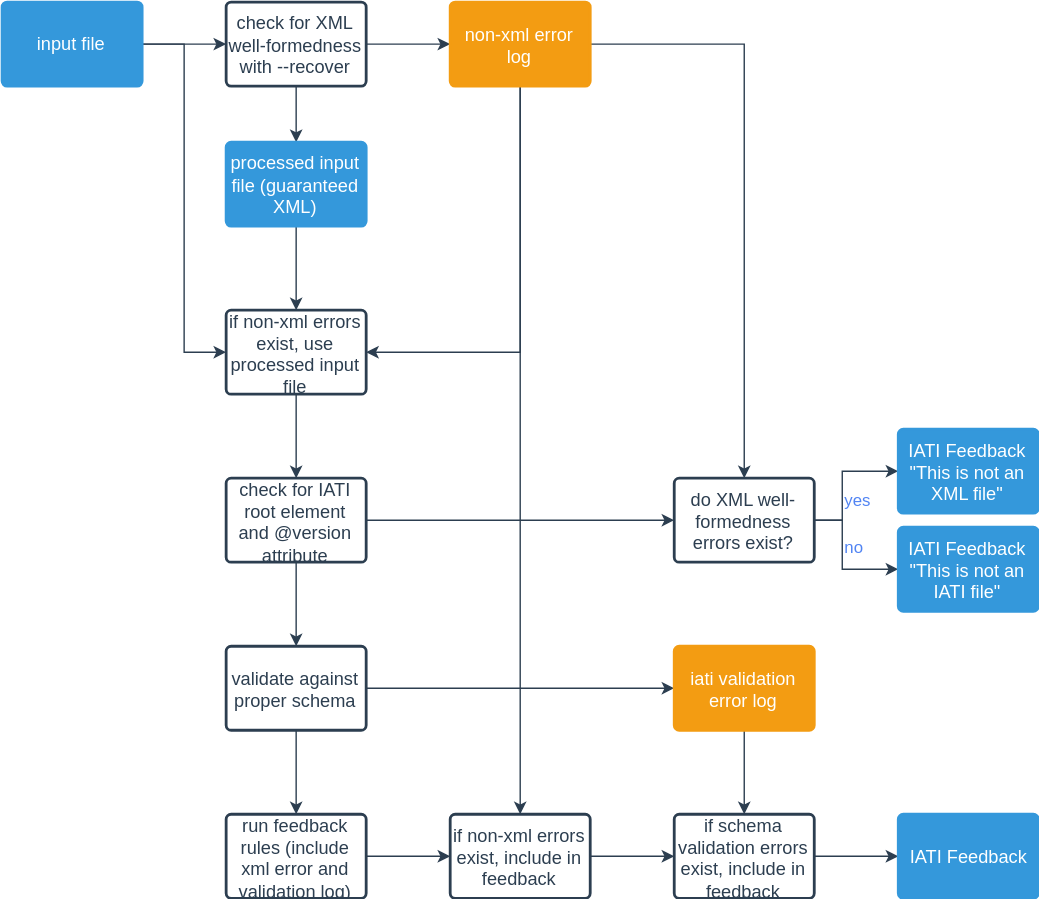
The draw.io diagram docs/xml-check-flow.svg in data4development/IATI-data-validator, before a commit. Source tidied: cells renumbered, new cells last; positions are measured from the earlier drawing's top-left corner, leaving out a move shared by most shapes. Source of this version:
```xml
<mxGraphModel background="#ffffff">
  <root>
    <mxCell id="0" />
    <mxCell id="1" parent="0" />
    <mxCell id="2" style="edgeStyle=orthogonalEdgeStyle;rounded=0;html=1;labelBackgroundColor=none;startArrow=none;startFill=0;jettySize=auto;strokeColor=#2C3E50;strokeWidth=1;fontFamily=Helvetica;fontSize=12;fontColor=#FFFFFF;align=left;entryX=0.5;entryY=0;entryPerimeter=0;" parent="1" edge="1" source="4" target="32">
      <mxGeometry relative="1" as="geometry" />
    </mxCell>
    <mxCell id="3" style="edgeStyle=orthogonalEdgeStyle;rounded=0;html=1;labelBackgroundColor=none;startArrow=none;startFill=0;jettySize=auto;strokeColor=#2C3E50;strokeWidth=1;fontFamily=Helvetica;fontSize=12;fontColor=#FFFFFF;align=left;" parent="1" edge="1" source="4" target="22">
      <mxGeometry relative="1" as="geometry" />
    </mxCell>
    <mxCell id="4" value="check for XML well-formedness with --recover&lt;br&gt;" style="strokeWidth=2;html=1;shape=mxgraph.flowchart.process;whiteSpace=wrap;labelBackgroundColor=none;fillColor=#FFFFFF;fontFamily=Helvetica;fontSize=13;fontColor=#2C3E50;align=center;strokeColor=#2C3E50;spacingTop=8;spacingBottom=8;" parent="1" vertex="1">
      <mxGeometry x="160" width="100" height="60" as="geometry" />
    </mxCell>
    <mxCell id="5" style="edgeStyle=orthogonalEdgeStyle;rounded=0;html=1;labelBackgroundColor=none;startArrow=none;startFill=0;jettySize=auto;strokeColor=#2C3E50;strokeWidth=1;fontFamily=Helvetica;fontSize=12;fontColor=#FFFFFF;align=left;" parent="1" edge="1" source="7" target="12">
      <mxGeometry relative="1" as="geometry" />
    </mxCell>
    <mxCell id="6" style="edgeStyle=orthogonalEdgeStyle;rounded=0;html=1;labelBackgroundColor=none;startArrow=none;startFill=0;jettySize=auto;strokeColor=#2C3E50;strokeWidth=1;fontFamily=Helvetica;fontSize=12;fontColor=#FFFFFF;align=left;" parent="1" edge="1" source="7" target="9">
      <mxGeometry relative="1" as="geometry" />
    </mxCell>
    <mxCell id="7" value="check for IATI root element and @version attribute&lt;br&gt;" style="strokeWidth=2;html=1;shape=mxgraph.flowchart.process;whiteSpace=wrap;labelBackgroundColor=none;fillColor=#FFFFFF;fontFamily=Helvetica;fontSize=13;fontColor=#2C3E50;align=center;strokeColor=#2C3E50;spacingTop=8;spacingBottom=8;" parent="1" vertex="1">
      <mxGeometry x="160" y="340" width="100" height="60" as="geometry" />
    </mxCell>
    <mxCell id="8" value="no" style="edgeStyle=orthogonalEdgeStyle;rounded=0;html=1;entryX=0;entryY=0.5;entryPerimeter=0;labelBackgroundColor=none;startArrow=none;startFill=0;jettySize=auto;strokeColor=#2C3E50;strokeWidth=1;fontFamily=Helvetica;fontSize=12;fontColor=#5184F3;align=left;labelPosition=right;verticalLabelPosition=top;verticalAlign=bottom;" parent="1" edge="1" source="9" target="33">
      <mxGeometry relative="1" as="geometry">
        <Array as="points">
          <mxPoint x="600" y="370" />
          <mxPoint x="600" y="405" />
        </Array>
      </mxGeometry>
    </mxCell>
    <mxCell id="9" value="do XML well-formedness errors exist?&lt;br&gt;" style="strokeWidth=2;html=1;shape=mxgraph.flowchart.process;whiteSpace=wrap;labelBackgroundColor=none;fillColor=#FFFFFF;fontFamily=Helvetica;fontSize=13;fontColor=#2C3E50;align=center;strokeColor=#2C3E50;spacingTop=8;spacingBottom=8;" parent="1" vertex="1">
      <mxGeometry x="480" y="340" width="100" height="60" as="geometry" />
    </mxCell>
    <mxCell id="10" style="edgeStyle=orthogonalEdgeStyle;rounded=0;html=1;labelBackgroundColor=none;startArrow=none;startFill=0;jettySize=auto;strokeColor=#2C3E50;strokeWidth=1;fontFamily=Helvetica;fontSize=12;fontColor=#FFFFFF;align=left;" parent="1" edge="1" source="12" target="25">
      <mxGeometry relative="1" as="geometry" />
    </mxCell>
    <mxCell id="11" style="edgeStyle=orthogonalEdgeStyle;rounded=0;html=1;labelBackgroundColor=none;startArrow=none;startFill=0;jettySize=auto;strokeColor=#2C3E50;strokeWidth=1;fontFamily=Helvetica;fontSize=12;fontColor=#FFFFFF;align=left;" parent="1" edge="1" source="12" target="14">
      <mxGeometry relative="1" as="geometry" />
    </mxCell>
    <mxCell id="12" value="validate against proper schema&lt;br&gt;" style="strokeWidth=2;html=1;shape=mxgraph.flowchart.process;whiteSpace=wrap;labelBackgroundColor=none;fillColor=#FFFFFF;fontFamily=Helvetica;fontSize=13;fontColor=#2C3E50;align=center;strokeColor=#2C3E50;spacingTop=8;spacingBottom=8;" parent="1" vertex="1">
      <mxGeometry x="160" y="460" width="100" height="60" as="geometry" />
    </mxCell>
    <mxCell id="13" style="edgeStyle=orthogonalEdgeStyle;rounded=0;html=1;labelBackgroundColor=none;startArrow=none;startFill=0;jettySize=auto;strokeColor=#2C3E50;strokeWidth=1;fontFamily=Helvetica;fontSize=12;fontColor=#5184F3;align=left;" parent="1" edge="1" source="14" target="16">
      <mxGeometry relative="1" as="geometry" />
    </mxCell>
    <mxCell id="14" value="run feedback rules&amp;nbsp;(include xml error and validation log)&lt;br&gt;" style="strokeWidth=2;html=1;shape=mxgraph.flowchart.process;whiteSpace=wrap;labelBackgroundColor=none;fillColor=#FFFFFF;fontFamily=Helvetica;fontSize=13;fontColor=#2C3E50;align=center;strokeColor=#2C3E50;spacingTop=8;spacingBottom=8;" parent="1" vertex="1">
      <mxGeometry x="160" y="580" width="100" height="60" as="geometry" />
    </mxCell>
    <mxCell id="15" style="edgeStyle=orthogonalEdgeStyle;rounded=0;html=1;labelBackgroundColor=none;startArrow=none;startFill=0;jettySize=auto;strokeColor=#2C3E50;strokeWidth=1;fontFamily=Helvetica;fontSize=12;fontColor=#5184F3;align=left;" parent="1" edge="1" source="16" target="18">
      <mxGeometry relative="1" as="geometry" />
    </mxCell>
    <mxCell id="16" value="if non-xml errors exist, include in feedback&lt;br&gt;" style="strokeWidth=2;html=1;shape=mxgraph.flowchart.process;whiteSpace=wrap;labelBackgroundColor=none;fillColor=#FFFFFF;fontFamily=Helvetica;fontSize=13;fontColor=#2C3E50;align=center;strokeColor=#2C3E50;spacingTop=8;spacingBottom=8;" parent="1" vertex="1">
      <mxGeometry x="320" y="580" width="100" height="60" as="geometry" />
    </mxCell>
    <mxCell id="17" style="edgeStyle=orthogonalEdgeStyle;rounded=0;html=1;entryX=0;entryY=0.5;entryPerimeter=0;labelBackgroundColor=none;startArrow=none;startFill=0;jettySize=auto;strokeColor=#2C3E50;strokeWidth=1;fontFamily=Helvetica;fontSize=12;fontColor=#5184F3;align=left;" parent="1" edge="1" source="18" target="27">
      <mxGeometry relative="1" as="geometry" />
    </mxCell>
    <mxCell id="18" value="if schema validation errors exist, include in feedback&lt;br&gt;" style="strokeWidth=2;html=1;shape=mxgraph.flowchart.process;whiteSpace=wrap;labelBackgroundColor=none;fillColor=#FFFFFF;fontFamily=Helvetica;fontSize=13;fontColor=#2C3E50;align=center;strokeColor=#2C3E50;spacingTop=8;spacingBottom=8;" parent="1" vertex="1">
      <mxGeometry x="480" y="580" width="100" height="60" as="geometry" />
    </mxCell>
    <mxCell id="19" style="edgeStyle=orthogonalEdgeStyle;rounded=0;html=1;entryX=0.5;entryY=0;entryPerimeter=0;labelBackgroundColor=none;startArrow=none;startFill=0;jettySize=auto;strokeColor=#2C3E50;strokeWidth=1;fontFamily=Helvetica;fontSize=12;fontColor=#FFFFFF;align=left;" parent="1" edge="1" source="22" target="9">
      <mxGeometry relative="1" as="geometry" />
    </mxCell>
    <mxCell id="20" style="edgeStyle=orthogonalEdgeStyle;rounded=0;html=1;entryX=0.5;entryY=0;entryPerimeter=0;labelBackgroundColor=none;startArrow=none;startFill=0;jettySize=auto;strokeColor=#2C3E50;strokeWidth=1;fontFamily=Helvetica;fontSize=12;fontColor=#5184F3;align=left;" parent="1" edge="1" source="22" target="16">
      <mxGeometry relative="1" as="geometry" />
    </mxCell>
    <mxCell id="21" style="edgeStyle=orthogonalEdgeStyle;rounded=0;html=1;entryX=1;entryY=0.5;entryPerimeter=0;labelBackgroundColor=none;startArrow=none;startFill=0;jettySize=auto;strokeColor=#2C3E50;strokeWidth=1;fontFamily=Helvetica;fontSize=12;fontColor=#5184F3;align=left;" parent="1" edge="1" source="22" target="35">
      <mxGeometry relative="1" as="geometry">
        <Array as="points">
          <mxPoint x="370" y="250" />
        </Array>
      </mxGeometry>
    </mxCell>
    <mxCell id="22" value="&lt;p&gt;non-xml error log&lt;/p&gt;" style="strokeWidth=2;html=1;shape=mxgraph.flowchart.process;whiteSpace=wrap;labelBackgroundColor=none;fillColor=#F39C12;fontFamily=Helvetica;fontSize=13;fontColor=#FFFFFF;align=center;strokeColor=#F39C12;spacingTop=8;spacingBottom=8;" parent="1" vertex="1">
      <mxGeometry x="320" width="100" height="60" as="geometry" />
    </mxCell>
    <mxCell id="23" value="yes" style="edgeStyle=orthogonalEdgeStyle;rounded=0;html=1;entryX=0;entryY=0.5;entryPerimeter=0;labelBackgroundColor=none;startArrow=none;startFill=0;jettySize=auto;strokeColor=#2C3E50;strokeWidth=1;fontFamily=Helvetica;fontSize=12;fontColor=#5184F3;align=left;exitX=1;exitY=0.5;exitPerimeter=0;labelPosition=right;verticalLabelPosition=bottom;verticalAlign=top;" parent="1" edge="1" source="9" target="26">
      <mxGeometry relative="1" as="geometry">
        <Array as="points">
          <mxPoint x="600" y="370" />
          <mxPoint x="600" y="335" />
        </Array>
      </mxGeometry>
    </mxCell>
    <mxCell id="24" style="edgeStyle=orthogonalEdgeStyle;rounded=0;html=1;entryX=0.5;entryY=0;entryPerimeter=0;labelBackgroundColor=none;startArrow=none;startFill=0;jettySize=auto;strokeColor=#2C3E50;strokeWidth=1;fontFamily=Helvetica;fontSize=12;fontColor=#5184F3;align=left;" parent="1" edge="1" source="25" target="18">
      <mxGeometry relative="1" as="geometry" />
    </mxCell>
    <mxCell id="25" value="&lt;p&gt;iati validation error log&lt;/p&gt;" style="strokeWidth=2;html=1;shape=mxgraph.flowchart.process;whiteSpace=wrap;labelBackgroundColor=none;fillColor=#F39C12;fontFamily=Helvetica;fontSize=13;fontColor=#FFFFFF;align=center;strokeColor=#F39C12;spacingTop=8;spacingBottom=8;" parent="1" vertex="1">
      <mxGeometry x="480" y="460" width="100" height="60" as="geometry" />
    </mxCell>
    <mxCell id="26" value="IATI Feedback &quot;This is not an XML file&quot;&lt;br&gt;" style="strokeWidth=2;html=1;shape=mxgraph.flowchart.process;whiteSpace=wrap;labelBackgroundColor=none;fillColor=#3498DB;fontFamily=Helvetica;fontSize=13;fontColor=#FFFFFF;align=center;strokeColor=#3498DB;spacingTop=8;spacingBottom=8;" parent="1" vertex="1">
      <mxGeometry x="640" y="305" width="100" height="60" as="geometry" />
    </mxCell>
    <mxCell id="27" value="IATI Feedback" style="strokeWidth=2;html=1;shape=mxgraph.flowchart.process;whiteSpace=wrap;labelBackgroundColor=none;fillColor=#3498DB;fontFamily=Helvetica;fontSize=13;fontColor=#FFFFFF;align=center;strokeColor=#3498DB;spacingTop=8;spacingBottom=8;" parent="1" vertex="1">
      <mxGeometry x="640" y="580" width="100" height="60" as="geometry" />
    </mxCell>
    <mxCell id="28" style="edgeStyle=orthogonalEdgeStyle;rounded=0;html=1;labelBackgroundColor=none;startArrow=none;startFill=0;jettySize=auto;strokeColor=#2C3E50;strokeWidth=1;fontFamily=Helvetica;fontSize=12;fontColor=#FFFFFF;align=left;" parent="1" edge="1" source="30" target="4">
      <mxGeometry relative="1" as="geometry" />
    </mxCell>
    <mxCell id="29" style="edgeStyle=orthogonalEdgeStyle;rounded=0;html=1;entryX=0;entryY=0.5;entryPerimeter=0;labelBackgroundColor=none;startArrow=none;startFill=0;jettySize=auto;strokeColor=#2C3E50;strokeWidth=1;fontFamily=Helvetica;fontSize=12;fontColor=#5184F3;align=left;" parent="1" edge="1" source="30" target="35">
      <mxGeometry relative="1" as="geometry" />
    </mxCell>
    <mxCell id="30" value="input file" style="strokeWidth=2;html=1;shape=mxgraph.flowchart.process;whiteSpace=wrap;labelBackgroundColor=none;fillColor=#3498DB;fontFamily=Helvetica;fontSize=13;fontColor=#FFFFFF;align=center;strokeColor=#3498DB;spacingTop=8;spacingBottom=8;" parent="1" vertex="1">
      <mxGeometry width="100" height="60" as="geometry" />
    </mxCell>
    <mxCell id="31" style="edgeStyle=orthogonalEdgeStyle;rounded=0;html=1;entryX=0.5;entryY=0;entryPerimeter=0;labelBackgroundColor=none;startArrow=none;startFill=0;jettySize=auto;strokeColor=#2C3E50;strokeWidth=1;fontFamily=Helvetica;fontSize=12;fontColor=#5184F3;align=left;" parent="1" edge="1" source="32" target="35">
      <mxGeometry relative="1" as="geometry" />
    </mxCell>
    <mxCell id="32" value="processed input file (guaranteed XML)" style="strokeWidth=2;html=1;shape=mxgraph.flowchart.process;whiteSpace=wrap;labelBackgroundColor=none;fillColor=#3498DB;fontFamily=Helvetica;fontSize=13;fontColor=#FFFFFF;align=center;strokeColor=#3498DB;spacingTop=8;spacingBottom=8;" parent="1" vertex="1">
      <mxGeometry x="160" y="100" width="100" height="60" as="geometry" />
    </mxCell>
    <mxCell id="33" value="IATI Feedback &quot;This is not an IATI file&quot;&lt;br&gt;" style="strokeWidth=2;html=1;shape=mxgraph.flowchart.process;whiteSpace=wrap;labelBackgroundColor=none;fillColor=#3498DB;fontFamily=Helvetica;fontSize=13;fontColor=#FFFFFF;align=center;strokeColor=#3498DB;spacingTop=8;spacingBottom=8;" parent="1" vertex="1">
      <mxGeometry x="640" y="375" width="100" height="60" as="geometry" />
    </mxCell>
    <mxCell id="34" style="edgeStyle=orthogonalEdgeStyle;rounded=0;html=1;entryX=0.5;entryY=0;entryPerimeter=0;labelBackgroundColor=none;startArrow=none;startFill=0;jettySize=auto;strokeColor=#2C3E50;strokeWidth=1;fontFamily=Helvetica;fontSize=12;fontColor=#5184F3;align=left;" parent="1" edge="1" source="35" target="7">
      <mxGeometry relative="1" as="geometry" />
    </mxCell>
    <mxCell id="35" value="if non-xml errors exist, use processed input file&lt;br&gt;" style="strokeWidth=2;html=1;shape=mxgraph.flowchart.process;whiteSpace=wrap;labelBackgroundColor=none;fillColor=#FFFFFF;fontFamily=Helvetica;fontSize=13;fontColor=#2C3E50;align=center;strokeColor=#2C3E50;spacingTop=8;spacingBottom=8;" parent="1" vertex="1">
      <mxGeometry x="160" y="220" width="100" height="60" as="geometry" />
    </mxCell>
  </root>
</mxGraphModel>
```
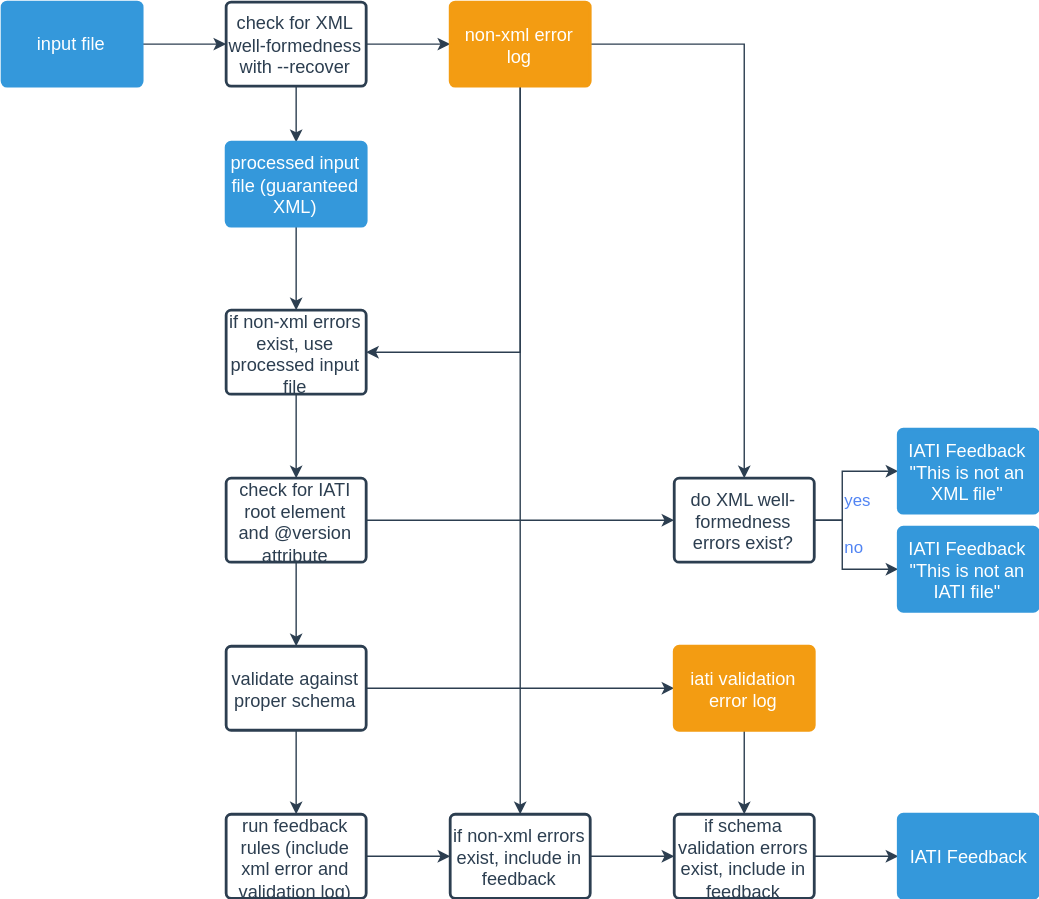
After the commit.

Commit message:
Add schematic view of processing steps

draw.io image in SVG

Change to the diagram source:
```diff
@@ -97,9 +97,6 @@
     <mxCell id="28" style="edgeStyle=orthogonalEdgeStyle;rounded=0;html=1;labelBackgroundColor=none;startArrow=none;startFill=0;jettySize=auto;strokeColor=#2C3E50;strokeWidth=1;fontFamily=Helvetica;fontSize=12;fontColor=#FFFFFF;align=left;" parent="1" edge="1" source="30" target="4">
       <mxGeometry relative="1" as="geometry" />
     </mxCell>
-    <mxCell id="29" style="edgeStyle=orthogonalEdgeStyle;rounded=0;html=1;entryX=0;entryY=0.5;entryPerimeter=0;labelBackgroundColor=none;startArrow=none;startFill=0;jettySize=auto;strokeColor=#2C3E50;strokeWidth=1;fontFamily=Helvetica;fontSize=12;fontColor=#5184F3;align=left;" parent="1" edge="1" source="30" target="35">
-      <mxGeometry relative="1" as="geometry" />
-    </mxCell>
     <mxCell id="30" value="input file" style="strokeWidth=2;html=1;shape=mxgraph.flowchart.process;whiteSpace=wrap;labelBackgroundColor=none;fillColor=#3498DB;fontFamily=Helvetica;fontSize=13;fontColor=#FFFFFF;align=center;strokeColor=#3498DB;spacingTop=8;spacingBottom=8;" parent="1" vertex="1">
       <mxGeometry width="100" height="60" as="geometry" />
     </mxCell>
```
